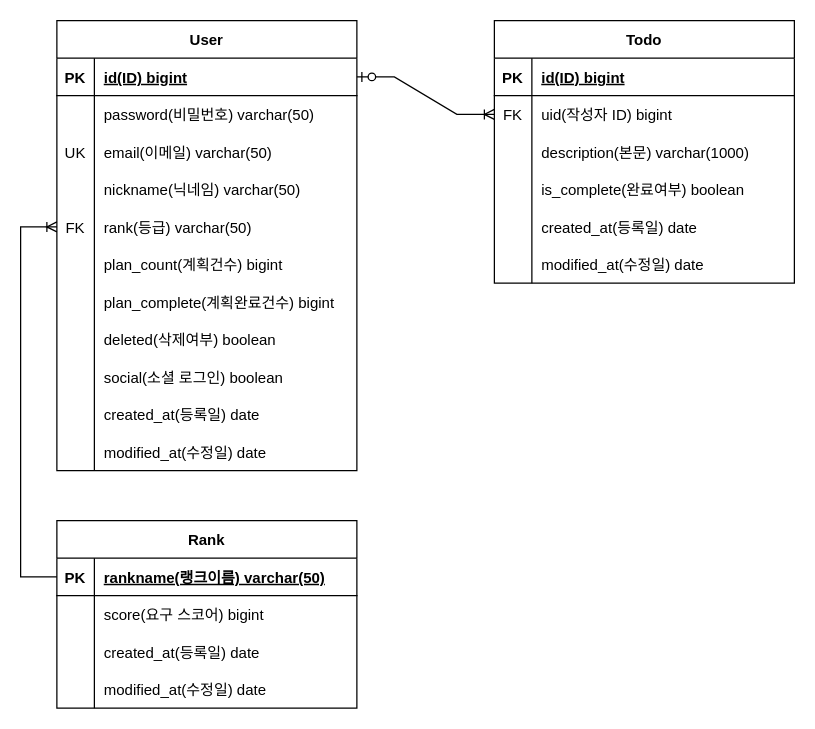
Above: documents/ERD.drawio in mrcocoball/To-Dolist (draw.io), before the change. Source tidied: cells renumbered, new cells numbered last; positions are measured from the earlier drawing's top-left corner, leaving out a move shared by most shapes. Both pictures are drawn from the tidied source at 125%, with x=0, y=0 at pixel (20, 20).
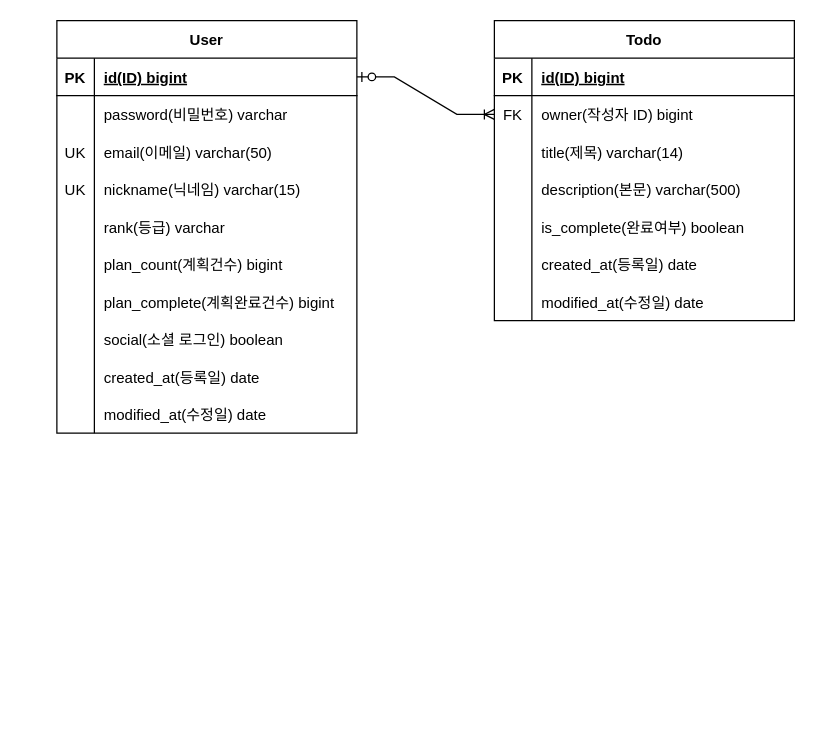
After the change.

Unchanged cells that the change refers to:
```xml
<mxCell id="6" style="shape=tableRow;horizontal=0;startSize=0;swimlaneHead=0;swimlaneBody=0;fillColor=none;top=0;left=0;right=0;bottom=0;" parent="2" vertex="1">
  <mxGeometry y="60" width="240" height="30" as="geometry" />
</mxCell>
<mxCell id="12" style="shape=tableRow;horizontal=0;startSize=0;swimlaneHead=0;swimlaneBody=0;fillColor=none;top=0;left=0;right=0;bottom=0;" parent="2" vertex="1">
  <mxGeometry y="120" width="240" height="30" as="geometry" />
</mxCell>
<mxCell id="15" style="shape=tableRow;horizontal=0;startSize=0;swimlaneHead=0;swimlaneBody=0;fillColor=none;points=[[0,0.5],[1,0.5]];portConstraint=eastwest;top=0;left=0;right=0;bottom=0;" parent="2" vertex="1">
  <mxGeometry y="150" width="240" height="30" as="geometry" />
</mxCell>
<mxCell id="40" style="shape=tableRow;horizontal=0;startSize=0;swimlaneHead=0;swimlaneBody=0;fillColor=none;points=[[0,0.5],[1,0.5]];portConstraint=eastwest;top=0;left=0;right=0;bottom=0;" parent="36" vertex="1">
  <mxGeometry y="60" width="240" height="30" as="geometry" />
</mxCell>
<mxCell id="43" style="shape=tableRow;horizontal=0;startSize=0;swimlaneHead=0;swimlaneBody=0;fillColor=none;top=0;left=0;right=0;bottom=0;" parent="36" vertex="1">
  <mxGeometry y="90" width="240" height="30" as="geometry" />
</mxCell>
```

Diff of the diagram source:
```diff
@@
     <mxCell id="2" value="User" style="shape=table;startSize=30;childLayout=tableLayout;rowLines=0;fontStyle=1;align=center;" parent="1" vertex="1">
-      <mxGeometry x="29" width="240" height="360" as="geometry" />
+      <mxGeometry x="29" width="240" height="330" as="geometry" />
     </mxCell>
@@
-    <mxCell id="8" value="password(비밀번호) varchar(50)" style="shape=partialRectangle;fillColor=none;top=0;left=0;bottom=0;right=0;align=left;spacingLeft=6;overflow=hidden;" parent="6" vertex="1">
+    <mxCell id="8" value="password(비밀번호) varchar" style="shape=partialRectangle;fillColor=none;top=0;left=0;bottom=0;right=0;align=left;spacingLeft=6;overflow=hidden;" parent="6" vertex="1">
       <mxGeometry x="30" width="210" height="30" as="geometry" />
     </mxCell>
@@
-    <mxCell id="13" style="shape=partialRectangle;fillColor=none;top=0;left=0;bottom=0;right=0;overflow=hidden;" parent="12" vertex="1">
+    <mxCell id="13" value="UK" style="shape=partialRectangle;fillColor=none;top=0;left=0;bottom=0;right=0;overflow=hidden;" parent="12" vertex="1">
       <mxGeometry width="30" height="30" as="geometry" />
     </mxCell>
-    <mxCell id="14" value="nickname(닉네임) varchar(50)" style="shape=partialRectangle;fillColor=none;top=0;left=0;bottom=0;right=0;align=left;spacingLeft=6;overflow=hidden;" parent="12" vertex="1">
+    <mxCell id="14" value="nickname(닉네임) varchar(15)" style="shape=partialRectangle;fillColor=none;top=0;left=0;bottom=0;right=0;align=left;spacingLeft=6;overflow=hidden;" parent="12" vertex="1">
       <mxGeometry x="30" width="210" height="30" as="geometry" />
     </mxCell>
@@
-    <mxCell id="16" value="FK" style="shape=partialRectangle;fillColor=none;top=0;left=0;bottom=0;right=0;overflow=hidden;" parent="15" vertex="1">
+    <mxCell id="16" style="shape=partialRectangle;fillColor=none;top=0;left=0;bottom=0;right=0;overflow=hidden;" parent="15" vertex="1">
       <mxGeometry width="30" height="30" as="geometry" />
     </mxCell>
-    <mxCell id="17" value="rank(등급) varchar(50)" style="shape=partialRectangle;fillColor=none;top=0;left=0;bottom=0;right=0;align=left;spacingLeft=6;overflow=hidden;" parent="15" vertex="1">
+    <mxCell id="17" value="rank(등급) varchar" style="shape=partialRectangle;fillColor=none;top=0;left=0;bottom=0;right=0;align=left;spacingLeft=6;overflow=hidden;" parent="15" vertex="1">
       <mxGeometry x="30" width="210" height="30" as="geometry" />
     </mxCell>
@@
-    <mxCell id="24" style="shape=tableRow;horizontal=0;startSize=0;swimlaneHead=0;swimlaneBody=0;fillColor=none;top=0;left=0;right=0;bottom=0;" parent="2" vertex="1">
-      <mxGeometry y="240" width="240" height="30" as="geometry" />
-    </mxCell>
-    <mxCell id="25" style="shape=partialRectangle;fillColor=none;top=0;left=0;bottom=0;right=0;overflow=hidden;" parent="24" vertex="1">
-      <mxGeometry width="30" height="30" as="geometry" />
-    </mxCell>
-    <mxCell id="26" value="deleted(삭제여부) boolean" style="shape=partialRectangle;fillColor=none;top=0;left=0;bottom=0;right=0;align=left;spacingLeft=6;overflow=hidden;" parent="24" vertex="1">
-      <mxGeometry x="30" width="210" height="30" as="geometry" />
-    </mxCell>
     <mxCell id="27" style="shape=tableRow;horizontal=0;startSize=0;swimlaneHead=0;swimlaneBody=0;fillColor=none;top=0;left=0;right=0;bottom=0;" parent="2" vertex="1">
-      <mxGeometry y="270" width="240" height="30" as="geometry" />
+      <mxGeometry y="240" width="240" height="30" as="geometry" />
     </mxCell>
@@
     <mxCell id="30" style="shape=tableRow;horizontal=0;startSize=0;swimlaneHead=0;swimlaneBody=0;fillColor=none;top=0;left=0;right=0;bottom=0;" parent="2" vertex="1">
-      <mxGeometry y="300" width="240" height="30" as="geometry" />
+      <mxGeometry y="270" width="240" height="30" as="geometry" />
     </mxCell>
@@
     <mxCell id="33" style="shape=tableRow;horizontal=0;startSize=0;swimlaneHead=0;swimlaneBody=0;fillColor=none;top=0;left=0;right=0;bottom=0;" parent="2" vertex="1">
-      <mxGeometry y="330" width="240" height="30" as="geometry" />
+      <mxGeometry y="300" width="240" height="30" as="geometry" />
     </mxCell>
@@
     <mxCell id="36" value="Todo" style="shape=table;startSize=30;childLayout=tableLayout;rowLines=0;fontStyle=1;align=center;" parent="1" vertex="1">
-      <mxGeometry x="379" width="240" height="210" as="geometry" />
+      <mxGeometry x="379" width="240" height="240" as="geometry" />
     </mxCell>
@@
-    <mxCell id="42" value="uid(작성자 ID) bigint" style="shape=partialRectangle;fillColor=none;top=0;left=0;bottom=0;right=0;align=left;spacingLeft=6;overflow=hidden;" parent="40" vertex="1">
+    <mxCell id="42" value="owner(작성자 ID) bigint" style="shape=partialRectangle;fillColor=none;top=0;left=0;bottom=0;right=0;align=left;spacingLeft=6;overflow=hidden;" parent="40" vertex="1">
       <mxGeometry x="30" width="210" height="30" as="geometry" />
     </mxCell>
@@
-    <mxCell id="45" value="description(본문) varchar(1000)" style="shape=partialRectangle;fillColor=none;top=0;left=0;bottom=0;right=0;align=left;spacingLeft=6;overflow=hidden;" parent="43" vertex="1">
+    <mxCell id="45" value="title(제목) varchar(14)" style="shape=partialRectangle;fillColor=none;top=0;left=0;bottom=0;right=0;align=left;spacingLeft=6;overflow=hidden;" parent="43" vertex="1">
       <mxGeometry x="30" width="210" height="30" as="geometry" />
     </mxCell>
+    <mxCell id="66" style="shape=tableRow;horizontal=0;startSize=0;swimlaneHead=0;swimlaneBody=0;fillColor=none;top=0;left=0;right=0;bottom=0;" parent="36" vertex="1">
+      <mxGeometry y="120" width="240" height="30" as="geometry" />
+    </mxCell>
+    <mxCell id="70" style="shape=partialRectangle;fillColor=none;top=0;left=0;bottom=0;right=0;overflow=hidden;" parent="66" vertex="1">
+      <mxGeometry width="30" height="30" as="geometry" />
+    </mxCell>
+    <mxCell id="71" value="description(본문) varchar(500)" style="shape=partialRectangle;fillColor=none;top=0;left=0;bottom=0;right=0;align=left;spacingLeft=6;overflow=hidden;" parent="66" vertex="1">
+      <mxGeometry x="30" width="210" height="30" as="geometry" />
+    </mxCell>
     <mxCell id="46" style="shape=tableRow;horizontal=0;startSize=0;swimlaneHead=0;swimlaneBody=0;fillColor=none;top=0;left=0;right=0;bottom=0;" parent="36" vertex="1">
-      <mxGeometry y="120" width="240" height="30" as="geometry" />
+      <mxGeometry y="150" width="240" height="30" as="geometry" />
     </mxCell>
@@
     <mxCell id="49" style="shape=tableRow;horizontal=0;startSize=0;swimlaneHead=0;swimlaneBody=0;fillColor=none;top=0;left=0;right=0;bottom=0;" parent="36" vertex="1">
-      <mxGeometry y="150" width="240" height="30" as="geometry" />
+      <mxGeometry y="180" width="240" height="30" as="geometry" />
     </mxCell>
@@
     <mxCell id="52" style="shape=tableRow;horizontal=0;startSize=0;swimlaneHead=0;swimlaneBody=0;fillColor=none;top=0;left=0;right=0;bottom=0;" parent="36" vertex="1">
-      <mxGeometry y="180" width="240" height="30" as="geometry" />
+      <mxGeometry y="210" width="240" height="30" as="geometry" />
     </mxCell>
@@
-    <mxCell id="56" value="Rank" style="shape=table;startSize=30;childLayout=tableLayout;rowLines=0;fontStyle=1;align=center;" parent="1" vertex="1">
-      <mxGeometry x="29" y="400" width="240" height="150" as="geometry" />
-    </mxCell>
-    <mxCell id="57" style="shape=tableRow;horizontal=0;startSize=0;swimlaneHead=0;swimlaneBody=0;fillColor=none;points=[[0,0.5],[1,0.5]];portConstraint=eastwest;top=0;left=0;right=0;bottom=1;" parent="56" vertex="1">
-      <mxGeometry y="30" width="240" height="30" as="geometry" />
-    </mxCell>
-    <mxCell id="58" value="PK" style="shape=partialRectangle;fillColor=none;top=0;left=0;bottom=0;right=0;fontStyle=1;overflow=hidden;" parent="57" vertex="1">
-      <mxGeometry width="30" height="30" as="geometry" />
-    </mxCell>
-    <mxCell id="59" value="rankname(랭크이름) varchar(50)" style="shape=partialRectangle;fillColor=none;top=0;left=0;bottom=0;right=0;align=left;spacingLeft=6;fontStyle=5;overflow=hidden;" parent="57" vertex="1">
-      <mxGeometry x="30" width="210" height="30" as="geometry" />
-    </mxCell>
-    <mxCell id="60" style="shape=tableRow;horizontal=0;startSize=0;swimlaneHead=0;swimlaneBody=0;fillColor=none;top=0;left=0;right=0;bottom=0;" parent="56" vertex="1">
-      <mxGeometry y="60" width="240" height="30" as="geometry" />
-    </mxCell>
-    <mxCell id="61" style="shape=partialRectangle;fillColor=none;top=0;left=0;bottom=0;right=0;overflow=hidden;" parent="60" vertex="1">
-      <mxGeometry width="30" height="30" as="geometry" />
-    </mxCell>
-    <mxCell id="62" value="score(요구 스코어) bigint" style="shape=partialRectangle;fillColor=none;top=0;left=0;bottom=0;right=0;align=left;spacingLeft=6;overflow=hidden;" parent="60" vertex="1">
-      <mxGeometry x="30" width="210" height="30" as="geometry" />
-    </mxCell>
-    <mxCell id="63" style="shape=tableRow;horizontal=0;startSize=0;swimlaneHead=0;swimlaneBody=0;fillColor=none;top=0;left=0;right=0;bottom=0;" parent="56" vertex="1">
-      <mxGeometry y="90" width="240" height="30" as="geometry" />
-    </mxCell>
-    <mxCell id="64" style="shape=partialRectangle;fillColor=none;top=0;left=0;bottom=0;right=0;overflow=hidden;" parent="63" vertex="1">
-      <mxGeometry width="30" height="30" as="geometry" />
-    </mxCell>
-    <mxCell id="65" value="created_at(등록일) date" style="shape=partialRectangle;fillColor=none;top=0;left=0;bottom=0;right=0;align=left;spacingLeft=6;overflow=hidden;" parent="63" vertex="1">
-      <mxGeometry x="30" width="210" height="30" as="geometry" />
-    </mxCell>
-    <mxCell id="66" style="shape=tableRow;horizontal=0;startSize=0;swimlaneHead=0;swimlaneBody=0;fillColor=none;top=0;left=0;right=0;bottom=0;" parent="56" vertex="1">
-      <mxGeometry y="120" width="240" height="30" as="geometry" />
-    </mxCell>
-    <mxCell id="67" style="shape=partialRectangle;fillColor=none;top=0;left=0;bottom=0;right=0;overflow=hidden;" parent="66" vertex="1">
-      <mxGeometry width="30" height="30" as="geometry" />
-    </mxCell>
-    <mxCell id="68" value="modified_at(수정일) date" style="shape=partialRectangle;fillColor=none;top=0;left=0;bottom=0;right=0;align=left;spacingLeft=6;overflow=hidden;" parent="66" vertex="1">
-      <mxGeometry x="30" width="210" height="30" as="geometry" />
-    </mxCell>
-    <mxCell id="69" style="edgeStyle=elbowEdgeStyle;fontSize=12;html=1;endArrow=ERoneToMany;rounded=0;entryX=0;entryY=0.5;entryDx=0;entryDy=0;exitX=0;exitY=0.5;exitDx=0;exitDy=0;" parent="1" edge="1" source="57" target="15">
-      <mxGeometry relative="1" as="geometry">
-        <Array as="points">
-          <mxPoint y="305" />
-        </Array>
-      </mxGeometry>
-    </mxCell>
```
